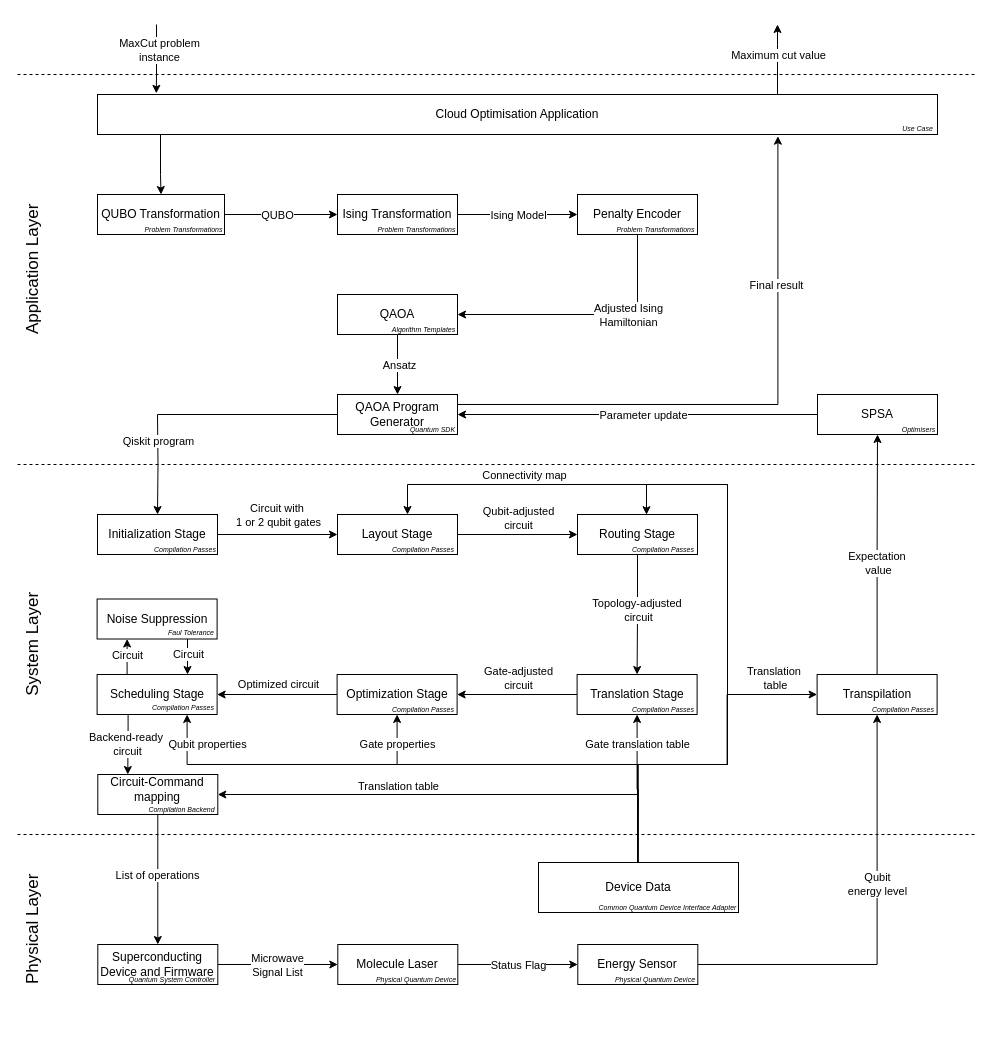
This is page "scenario2" (2 of 4) of docs/scenario-based-analysis/images/scenarios.drawio from FullStaQD/architecture, a draw.io file, before an edit. Source tidied: cells renumbered, new cells numbered last; positions are measured from the earlier drawing's top-left corner, leaving out a move shared by most shapes. Both pictures are drawn from the tidied source at 100%, with x=0, y=0 at pixel (-53, 24).
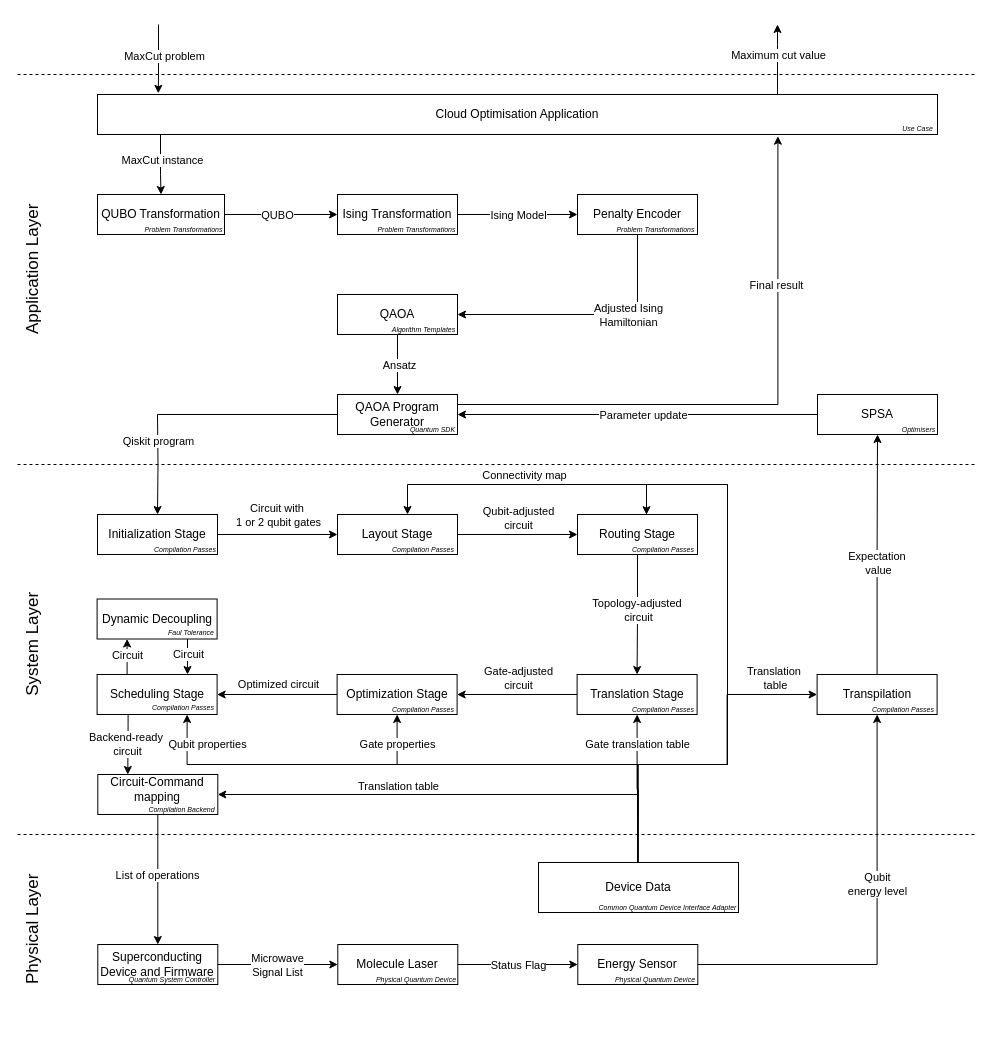
The same page after the edit.

Unchanged cells that the change refers to:
```xml
<mxCell id="8" value="Cloud Optimisation Application" style="rounded=0;whiteSpace=wrap;html=1;" parent="1" vertex="1">
  <mxGeometry x="150" y="70" width="840" height="40" as="geometry" />
</mxCell>
```

Change to the diagram source:
```diff
@@
-    <mxCell id="6" style="edgeStyle=orthogonalEdgeStyle;rounded=0;jettySize=auto;html=1;entryX=0.07;entryY=-0.029;entryDx=0;entryDy=0;entryPerimeter=0;" parent="1" edge="1" target="8">
+    <mxCell id="6" style="edgeStyle=orthogonalEdgeStyle;rounded=0;orthogonalLoop=1;jettySize=auto;html=1;entryX=0.07;entryY=-0.029;entryDx=0;entryDy=0;entryPerimeter=0;" parent="1" edge="1">
       <mxGeometry relative="1" as="geometry">
-        <mxPoint x="209" as="sourcePoint" />
+        <mxPoint x="211" as="sourcePoint" />
+        <mxPoint x="210.8" y="68.8" as="targetPoint" />
         <Array as="points">
-          <mxPoint x="209" y="50" />
-          <mxPoint x="209" y="50" />
+          <mxPoint x="211" y="50" />
+          <mxPoint x="211" y="50" />
         </Array>
       </mxGeometry>
     </mxCell>
-    <mxCell id="7" value="MaxCut problem&lt;div&gt;instance&lt;/div&gt;" style="edgeLabel;html=1;align=center;verticalAlign=middle;" parent="6" vertex="1">
+    <mxCell id="7" value="MaxCut problem" style="edgeLabel;html=1;align=center;verticalAlign=middle;" parent="6" vertex="1">
       <mxGeometry x="-0.28" y="1" relative="1" as="geometry">
-        <mxPoint x="1" as="offset" />
+        <mxPoint x="4" y="6" as="offset" />
       </mxGeometry>
     </mxCell>
+    <mxCell id="108" value="MaxCut instance" style="edgeLabel;html=1;align=center;verticalAlign=middle;" parent="6" vertex="1">
+      <mxGeometry x="-0.28" y="1" relative="1" as="geometry">
+        <mxPoint x="2" y="110" as="offset" />
+      </mxGeometry>
+    </mxCell>
@@
-    <mxCell id="84" value="Noise Suppression" style="rounded=0;whiteSpace=wrap;html=1;" parent="1" vertex="1">
+    <mxCell id="84" value="Dynamic Decoupling" style="rounded=0;whiteSpace=wrap;html=1;" parent="1" vertex="1">
       <mxGeometry x="149.6" y="574.5" width="120" height="40" as="geometry" />
     </mxCell>
```
